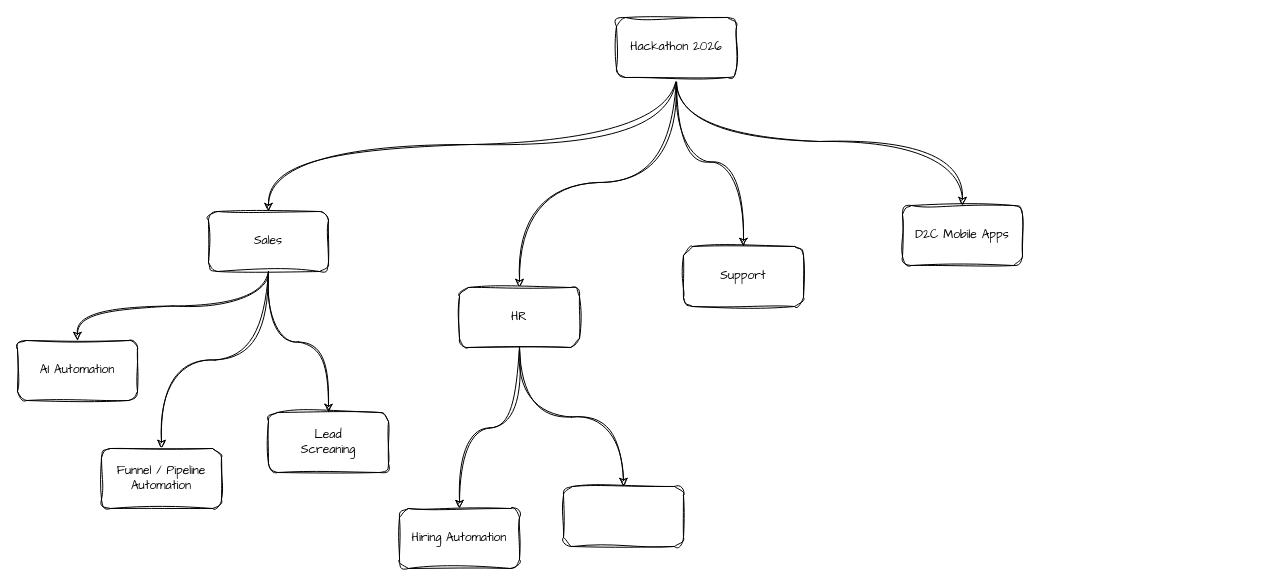
The draw.io diagram Hackathon 2026.drawio in asoral/draw.io, before the edit. Source tidied: cells renumbered, new cells numbered last; positions are measured from the earlier drawing's top-left corner, leaving out a move shared by most shapes. Both pictures are drawn from the tidied source at 100%, with x=0, y=0 at pixel (17, 17).
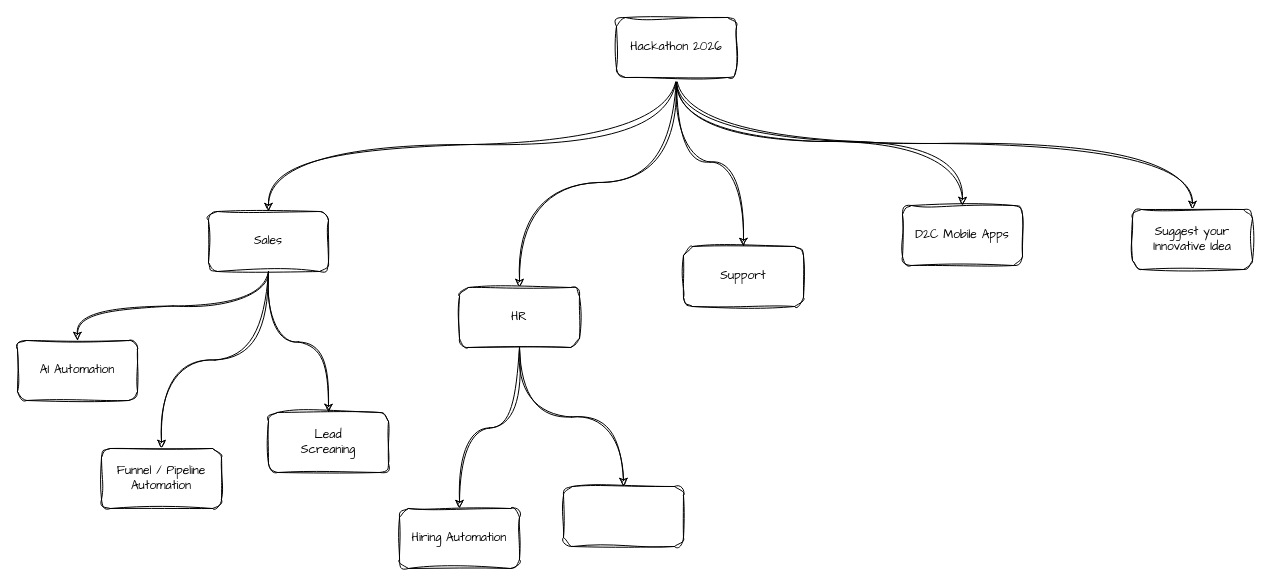
The same page after the edit.

Unchanged cells that the change refers to:
```xml
<mxCell id="6" value="Hackathon 2026" style="rounded=1;whiteSpace=wrap;html=1;sketch=1;hachureGap=4;jiggle=2;curveFitting=1;fontFamily=Architects Daughter;" parent="1" vertex="1">
  <mxGeometry x="599" width="120" height="60" as="geometry" />
</mxCell>
```

What changed in the source:
```diff
@@
+    <mxCell id="21" style="edgeStyle=orthogonalEdgeStyle;curved=1;rounded=0;sketch=1;hachureGap=4;jiggle=2;curveFitting=1;jettySize=auto;html=1;exitX=0.5;exitY=1;exitDx=0;exitDy=0;fontFamily=Architects Daughter;" parent="1" edge="1" source="6" target="22">
+      <mxGeometry relative="1" as="geometry" />
+    </mxCell>
@@
+    <mxCell id="22" value="Suggest your&lt;div&gt;Innovative Idea&lt;/div&gt;" style="rounded=1;whiteSpace=wrap;html=1;sketch=1;hachureGap=4;jiggle=2;curveFitting=1;fontFamily=Architects Daughter;" parent="1" vertex="1">
+      <mxGeometry x="1115" y="192" width="120" height="60" as="geometry" />
+    </mxCell>
```
